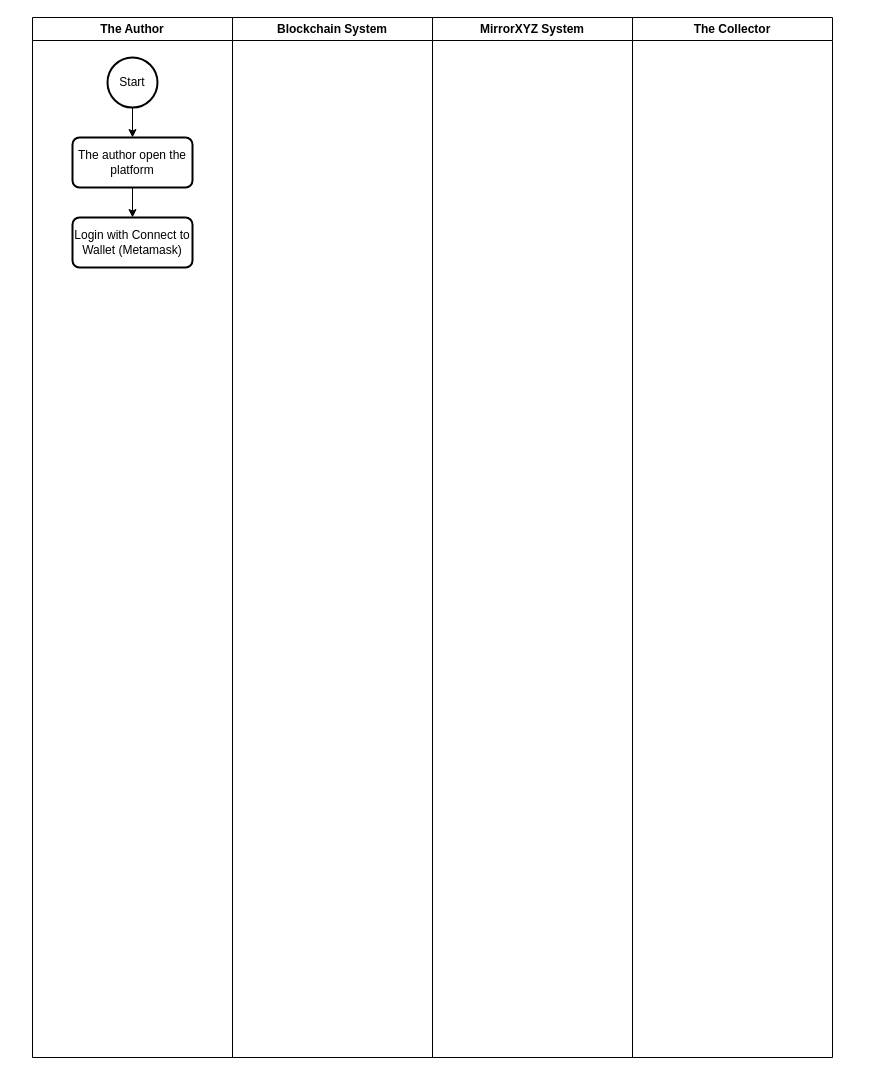
This is MirrorXYZ Workflow.drawio from hanggaa/Diagram, a draw.io file, before an edit. Source tidied: cells renumbered, new cells numbered last; positions are measured from the earlier drawing's top-left corner, leaving out a move shared by most shapes. Both pictures are drawn from the tidied source at 100%, with x=0, y=0 at pixel (32, 17).
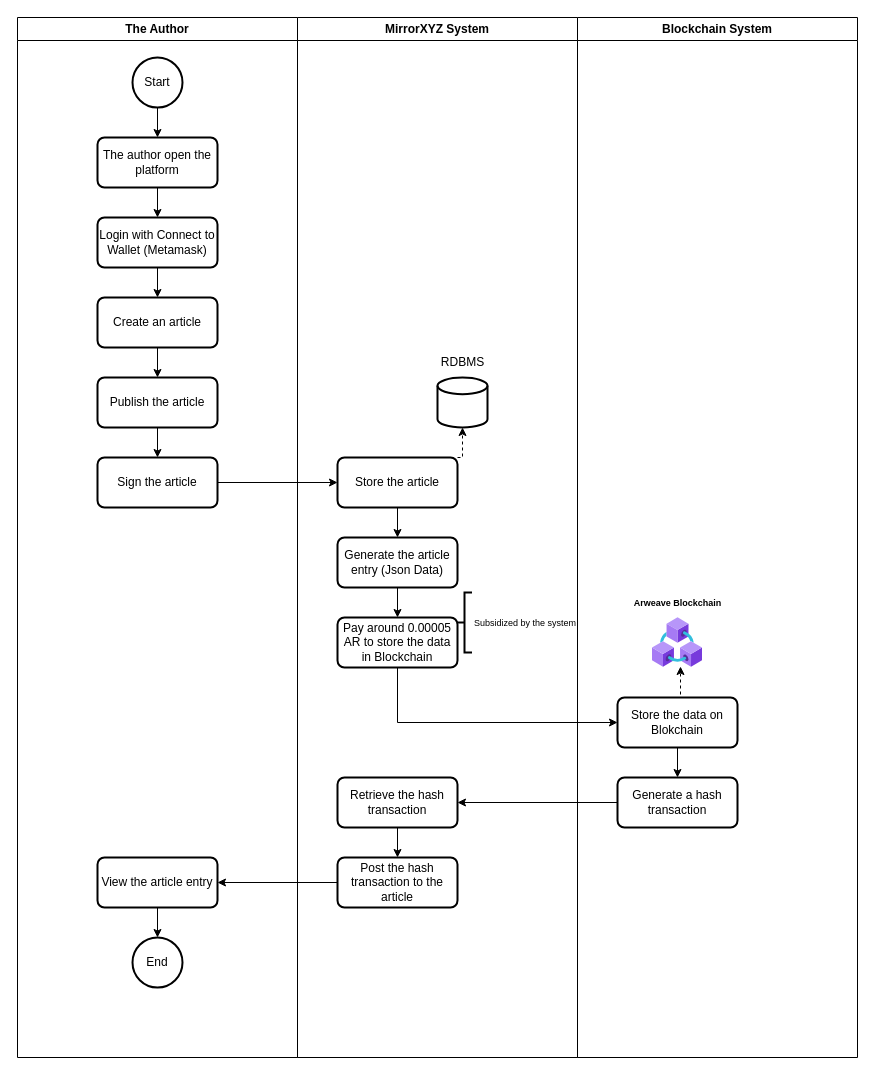
The same diagram, later.

The edit, as a diff of the source:
```diff
@@
     <mxCell id="2" value="The Author" style="swimlane;whiteSpace=wrap;html=1;" parent="1" vertex="1">
-      <mxGeometry width="200" height="1040" as="geometry" />
+      <mxGeometry x="-15" width="280" height="1040" as="geometry" />
     </mxCell>
@@
     <mxCell id="4" value="Start" style="strokeWidth=2;html=1;shape=mxgraph.flowchart.start_2;whiteSpace=wrap;" parent="2" vertex="1">
-      <mxGeometry x="75" y="40" width="50" height="50" as="geometry" />
+      <mxGeometry x="115" y="40" width="50" height="50" as="geometry" />
     </mxCell>
@@
     <mxCell id="6" value="The author open the platform" style="rounded=1;whiteSpace=wrap;html=1;absoluteArcSize=1;arcSize=14;strokeWidth=2;" parent="2" vertex="1">
-      <mxGeometry x="40" y="120" width="120" height="50" as="geometry" />
+      <mxGeometry x="80" y="120" width="120" height="50" as="geometry" />
     </mxCell>
+    <mxCell id="11" style="edgeStyle=orthogonalEdgeStyle;rounded=0;jettySize=auto;html=1;exitX=0.5;exitY=1;exitDx=0;exitDy=0;entryX=0.5;entryY=0;entryDx=0;entryDy=0;" parent="2" edge="1" source="7" target="13">
+      <mxGeometry relative="1" as="geometry" />
+    </mxCell>
     <mxCell id="7" value="Login with Connect to Wallet (Metamask)" style="rounded=1;whiteSpace=wrap;html=1;absoluteArcSize=1;arcSize=14;strokeWidth=2;" parent="2" vertex="1">
-      <mxGeometry x="40" y="200" width="120" height="50" as="geometry" />
+      <mxGeometry x="80" y="200" width="120" height="50" as="geometry" />
     </mxCell>
+    <mxCell id="12" style="edgeStyle=orthogonalEdgeStyle;rounded=0;jettySize=auto;html=1;exitX=0.5;exitY=1;exitDx=0;exitDy=0;entryX=0.5;entryY=0;entryDx=0;entryDy=0;" parent="2" edge="1" source="13" target="15">
+      <mxGeometry relative="1" as="geometry" />
+    </mxCell>
+    <mxCell id="13" value="Create an article" style="rounded=1;whiteSpace=wrap;html=1;absoluteArcSize=1;arcSize=14;strokeWidth=2;" parent="2" vertex="1">
+      <mxGeometry x="80" y="280" width="120" height="50" as="geometry" />
+    </mxCell>
+    <mxCell id="14" style="edgeStyle=orthogonalEdgeStyle;rounded=0;jettySize=auto;html=1;exitX=0.5;exitY=1;exitDx=0;exitDy=0;entryX=0.5;entryY=0;entryDx=0;entryDy=0;" parent="2" edge="1" source="15" target="16">
+      <mxGeometry relative="1" as="geometry" />
+    </mxCell>
+    <mxCell id="15" value="Publish the article" style="rounded=1;whiteSpace=wrap;html=1;absoluteArcSize=1;arcSize=14;strokeWidth=2;" parent="2" vertex="1">
+      <mxGeometry x="80" y="360" width="120" height="50" as="geometry" />
+    </mxCell>
+    <mxCell id="16" value="Sign the article" style="rounded=1;whiteSpace=wrap;html=1;absoluteArcSize=1;arcSize=14;strokeWidth=2;" parent="2" vertex="1">
+      <mxGeometry x="80" y="440" width="120" height="50" as="geometry" />
+    </mxCell>
+    <mxCell id="17" style="edgeStyle=orthogonalEdgeStyle;rounded=0;jettySize=auto;html=1;exitX=0.5;exitY=1;exitDx=0;exitDy=0;entryX=0.5;entryY=0;entryDx=0;entryDy=0;entryPerimeter=0;fontSize=9;" parent="2" edge="1" source="18" target="19">
+      <mxGeometry relative="1" as="geometry" />
+    </mxCell>
+    <mxCell id="18" value="View the article entry" style="rounded=1;whiteSpace=wrap;html=1;absoluteArcSize=1;arcSize=14;strokeWidth=2;" parent="2" vertex="1">
+      <mxGeometry x="80" y="840" width="120" height="50" as="geometry" />
+    </mxCell>
+    <mxCell id="19" value="End" style="strokeWidth=2;html=1;shape=mxgraph.flowchart.start_2;whiteSpace=wrap;" parent="2" vertex="1">
+      <mxGeometry x="115" y="920" width="50" height="50" as="geometry" />
+    </mxCell>
-    <mxCell id="8" value="Blockchain System" style="swimlane;whiteSpace=wrap;html=1;" parent="1" vertex="1">
-      <mxGeometry x="200" width="200" height="1040" as="geometry" />
+    <mxCell id="8" value="MirrorXYZ System" style="swimlane;whiteSpace=wrap;html=1;" parent="1" vertex="1">
+      <mxGeometry x="265" width="280" height="1040" as="geometry" />
     </mxCell>
+    <mxCell id="20" style="edgeStyle=orthogonalEdgeStyle;rounded=0;jettySize=auto;html=1;exitX=1;exitY=0;exitDx=0;exitDy=0;entryX=0.5;entryY=1;entryDx=0;entryDy=0;entryPerimeter=0;dashed=1;" parent="8" edge="1" source="22" target="23">
+      <mxGeometry relative="1" as="geometry" />
+    </mxCell>
+    <mxCell id="21" style="edgeStyle=orthogonalEdgeStyle;rounded=0;jettySize=auto;html=1;exitX=0.5;exitY=1;exitDx=0;exitDy=0;entryX=0.5;entryY=0;entryDx=0;entryDy=0;" parent="8" edge="1" source="22" target="26">
+      <mxGeometry relative="1" as="geometry" />
+    </mxCell>
+    <mxCell id="22" value="Store the article" style="rounded=1;whiteSpace=wrap;html=1;absoluteArcSize=1;arcSize=14;strokeWidth=2;" parent="8" vertex="1">
+      <mxGeometry x="40" y="440" width="120" height="50" as="geometry" />
+    </mxCell>
+    <mxCell id="23" style="strokeWidth=2;html=1;shape=mxgraph.flowchart.database;whiteSpace=wrap;" parent="8" vertex="1">
+      <mxGeometry x="140" y="360" width="50" height="50" as="geometry" />
+    </mxCell>
+    <mxCell id="24" value="RDBMS" style="text;html=1;align=center;verticalAlign=middle;strokeColor=none;fillColor=none;" parent="8" vertex="1">
+      <mxGeometry x="130" y="330" width="70" height="30" as="geometry" />
+    </mxCell>
+    <mxCell id="25" style="edgeStyle=orthogonalEdgeStyle;rounded=0;jettySize=auto;html=1;exitX=0.5;exitY=1;exitDx=0;exitDy=0;entryX=0.5;entryY=0;entryDx=0;entryDy=0;" parent="8" edge="1" source="26" target="27">
+      <mxGeometry relative="1" as="geometry" />
+    </mxCell>
+    <mxCell id="26" value="Generate the article entry (Json Data)" style="rounded=1;whiteSpace=wrap;html=1;absoluteArcSize=1;arcSize=14;strokeWidth=2;" parent="8" vertex="1">
+      <mxGeometry x="40" y="520" width="120" height="50" as="geometry" />
+    </mxCell>
+    <mxCell id="27" value="Pay around 0.00005 AR to store the data in Blockchain" style="rounded=1;whiteSpace=wrap;html=1;absoluteArcSize=1;arcSize=14;strokeWidth=2;" parent="8" vertex="1">
+      <mxGeometry x="40" y="600" width="120" height="50" as="geometry" />
+    </mxCell>
+    <mxCell id="28" value="&lt;font style=&quot;font-size: 9px;&quot;&gt;Subsidized by the system&lt;/font&gt;" style="strokeWidth=2;html=1;shape=mxgraph.flowchart.annotation_2;align=left;labelPosition=right;rotation=0;" parent="8" vertex="1">
+      <mxGeometry x="159.5" y="575" width="15" height="60" as="geometry" />
+    </mxCell>
+    <mxCell id="29" style="edgeStyle=orthogonalEdgeStyle;rounded=0;jettySize=auto;html=1;exitX=0.5;exitY=1;exitDx=0;exitDy=0;entryX=0.5;entryY=0;entryDx=0;entryDy=0;fontSize=9;" parent="8" edge="1" source="30" target="31">
+      <mxGeometry relative="1" as="geometry" />
+    </mxCell>
+    <mxCell id="30" value="Retrieve the hash transaction" style="rounded=1;whiteSpace=wrap;html=1;absoluteArcSize=1;arcSize=14;strokeWidth=2;" parent="8" vertex="1">
+      <mxGeometry x="40" y="760" width="120" height="50" as="geometry" />
+    </mxCell>
+    <mxCell id="31" value="Post the hash transaction to the article" style="rounded=1;whiteSpace=wrap;html=1;absoluteArcSize=1;arcSize=14;strokeWidth=2;" parent="8" vertex="1">
+      <mxGeometry x="40" y="840" width="120" height="50" as="geometry" />
+    </mxCell>
-    <mxCell id="9" value="MirrorXYZ System" style="swimlane;whiteSpace=wrap;html=1;" parent="1" vertex="1">
-      <mxGeometry x="400" width="200" height="1040" as="geometry" />
+    <mxCell id="9" value="Blockchain System" style="swimlane;whiteSpace=wrap;html=1;" parent="1" vertex="1">
+      <mxGeometry x="545" width="280" height="1040" as="geometry" />
     </mxCell>
-    <mxCell id="10" value="The Collector" style="swimlane;whiteSpace=wrap;html=1;" parent="1" vertex="1">
-      <mxGeometry x="600" width="200" height="1040" as="geometry" />
-    </mxCell>
+    <mxCell id="32" style="edgeStyle=orthogonalEdgeStyle;rounded=0;jettySize=auto;html=1;exitX=0.5;exitY=0;exitDx=0;exitDy=0;entryX=0.56;entryY=0.98;entryDx=0;entryDy=0;entryPerimeter=0;dashed=1;" parent="9" edge="1" source="34" target="35">
+      <mxGeometry relative="1" as="geometry" />
+    </mxCell>
+    <mxCell id="33" style="edgeStyle=orthogonalEdgeStyle;rounded=0;jettySize=auto;html=1;exitX=0.5;exitY=1;exitDx=0;exitDy=0;entryX=0.5;entryY=0;entryDx=0;entryDy=0;fontSize=8;" parent="9" edge="1" source="34" target="37">
+      <mxGeometry relative="1" as="geometry" />
+    </mxCell>
+    <mxCell id="34" value="Store the data on Blokchain" style="rounded=1;whiteSpace=wrap;html=1;absoluteArcSize=1;arcSize=14;strokeWidth=2;" parent="9" vertex="1">
+      <mxGeometry x="40" y="680" width="120" height="50" as="geometry" />
+    </mxCell>
+    <mxCell id="35" style="html=1;points=[];align=center;image;fontSize=12;image=img/lib/azure2/blockchain/Azure_Blockchain_Service.svg;" parent="9" vertex="1">
+      <mxGeometry x="75" y="600" width="50" height="50" as="geometry" />
+    </mxCell>
+    <mxCell id="36" value="&lt;font style=&quot;font-size: 9px;&quot;&gt;&lt;b&gt;Arweave Blockchain&lt;/b&gt;&lt;/font&gt;" style="text;html=1;align=center;verticalAlign=middle;strokeColor=none;fillColor=none;" parent="9" vertex="1">
+      <mxGeometry x="45" y="570" width="110" height="30" as="geometry" />
+    </mxCell>
+    <mxCell id="37" value="Generate a hash transaction" style="rounded=1;whiteSpace=wrap;html=1;absoluteArcSize=1;arcSize=14;strokeWidth=2;" parent="9" vertex="1">
+      <mxGeometry x="40" y="760" width="120" height="50" as="geometry" />
+    </mxCell>
+    <mxCell id="38" style="edgeStyle=orthogonalEdgeStyle;rounded=0;jettySize=auto;html=1;exitX=1;exitY=0.5;exitDx=0;exitDy=0;entryX=0;entryY=0.5;entryDx=0;entryDy=0;" parent="1" edge="1" source="16" target="22">
+      <mxGeometry relative="1" as="geometry" />
+    </mxCell>
+    <mxCell id="39" style="edgeStyle=orthogonalEdgeStyle;rounded=0;jettySize=auto;html=1;exitX=0.5;exitY=1;exitDx=0;exitDy=0;entryX=0;entryY=0.5;entryDx=0;entryDy=0;fontSize=8;" parent="1" edge="1" source="27" target="34">
+      <mxGeometry relative="1" as="geometry" />
+    </mxCell>
+    <mxCell id="40" style="edgeStyle=orthogonalEdgeStyle;rounded=0;jettySize=auto;html=1;exitX=0;exitY=0.5;exitDx=0;exitDy=0;entryX=1;entryY=0.5;entryDx=0;entryDy=0;fontSize=8;" parent="1" edge="1" source="37" target="30">
+      <mxGeometry relative="1" as="geometry" />
+    </mxCell>
+    <mxCell id="41" style="edgeStyle=orthogonalEdgeStyle;rounded=0;jettySize=auto;html=1;exitX=0;exitY=0.5;exitDx=0;exitDy=0;entryX=1;entryY=0.5;entryDx=0;entryDy=0;fontSize=9;" parent="1" edge="1" source="31" target="18">
+      <mxGeometry relative="1" as="geometry" />
+    </mxCell>
```
